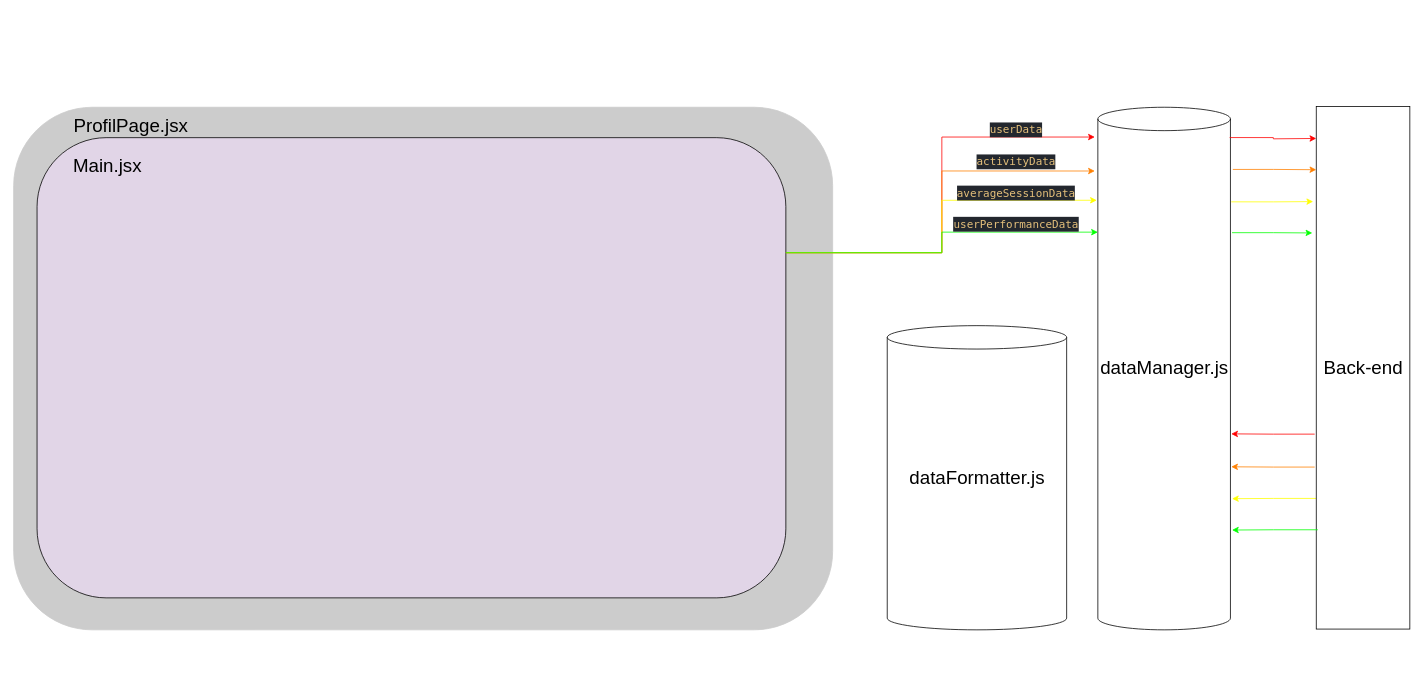
DevWeb13/GiulianoLoic_12_26022022 keeps this draw.io diagram as docs/Schéma de récupération des données auprès de l’API.drawio. Above is the earlier version. Source tidied: cells renumbered, new cells numbered last; positions are measured from the earlier drawing's top-left corner, leaving out a move shared by most shapes. Both pictures are drawn from the tidied source at 78%, with x=0, y=0 at pixel (13, 106).
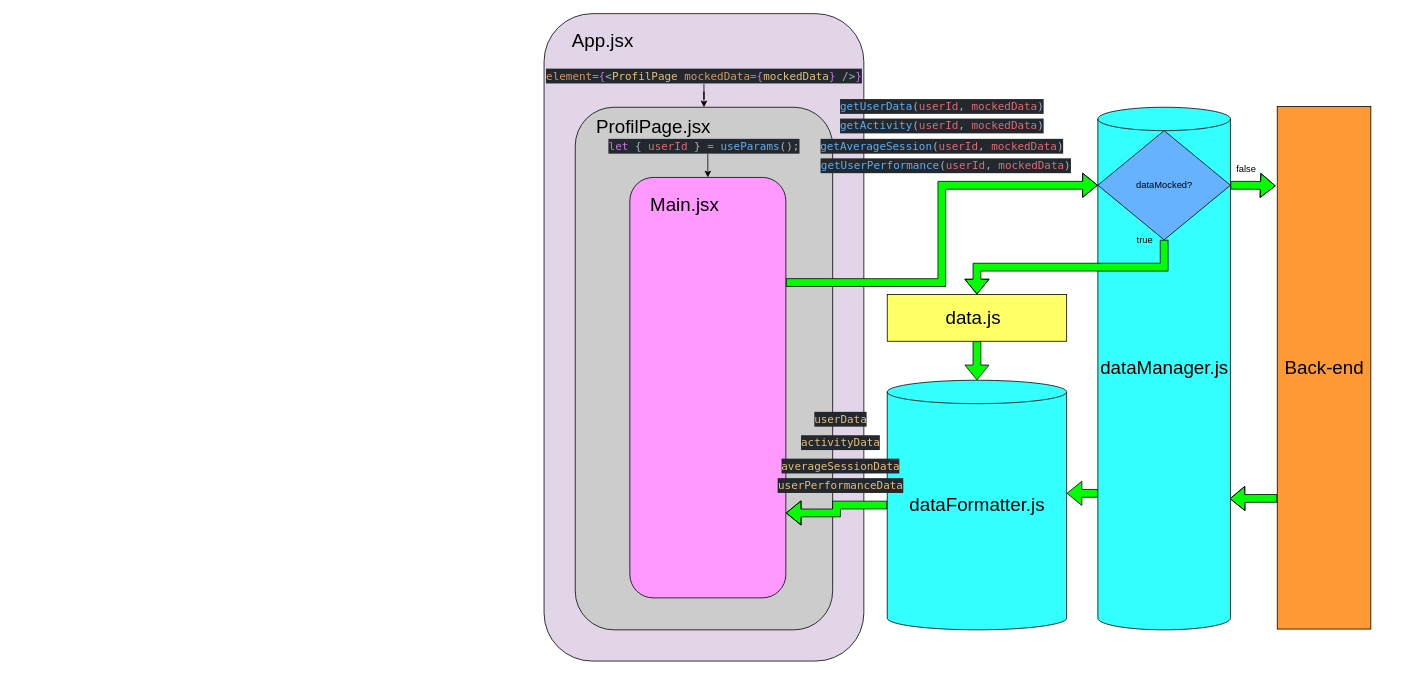
Above is the later version.

Diff of the diagram source:
```diff
@@
+    <mxCell id="28" style="rounded=1;whiteSpace=wrap;html=1;strokeColor=#000000;fillColor=#E1D5E7;" parent="1" vertex="1">
+      <mxGeometry x="680" y="-119" width="410" height="830" as="geometry" />
+    </mxCell>
-    <mxCell id="2" style="rounded=1;whiteSpace=wrap;html=1;fillColor=#CCCCCC;strokeColor=#CCCCCC;" parent="1" vertex="1">
-      <mxGeometry y="1" width="1050" height="670" as="geometry" />
+    <mxCell id="2" style="rounded=1;whiteSpace=wrap;html=1;fillColor=#CCCCCC;strokeColor=#000000;" parent="1" vertex="1">
+      <mxGeometry x="720" y="1" width="330" height="670" as="geometry" />
     </mxCell>
     <mxCell id="3" value="ProfilPage.jsx" style="text;html=1;align=center;verticalAlign=middle;strokeColor=none;fillColor=none;fontSize=24;fontFamily=Helvetica;fontColor=default;" parent="1" vertex="1">
-      <mxGeometry x="70" y="10" width="160" height="30" as="geometry" />
+      <mxGeometry x="740" y="11" width="160" height="30" as="geometry" />
     </mxCell>
-    <mxCell id="4" style="edgeStyle=orthogonalEdgeStyle;rounded=0;jettySize=auto;html=1;exitX=1;exitY=0.25;exitDx=0;exitDy=0;entryX=-0.023;entryY=0.057;entryDx=0;entryDy=0;entryPerimeter=0;strokeColor=#FF0000;" parent="1" edge="1" source="5" target="9">
-      <mxGeometry relative="1" as="geometry" />
-    </mxCell>
+    <mxCell id="29" style="edgeStyle=orthogonalEdgeStyle;shape=flexArrow;rounded=0;jettySize=auto;html=1;exitX=1;exitY=0.25;exitDx=0;exitDy=0;entryX=0;entryY=0.5;entryDx=0;entryDy=0;fillColor=#00FF00;" parent="1" edge="1" source="5" target="36">
+      <mxGeometry relative="1" as="geometry" />
+    </mxCell>
+    <mxCell id="30" style="edgeStyle=orthogonalEdgeStyle;rounded=0;jettySize=auto;html=1;exitX=0.519;exitY=1;exitDx=0;exitDy=0;entryX=0.5;entryY=0;entryDx=0;entryDy=0;fillColor=#00FF00;exitPerimeter=0;" parent="1" edge="1" source="47" target="5">
+      <mxGeometry relative="1" as="geometry" />
+    </mxCell>
-    <mxCell id="5" style="rounded=1;whiteSpace=wrap;html=1;fontFamily=Helvetica;fontSize=24;fontColor=default;strokeColor=default;fillColor=#E1D5E7;" parent="1" vertex="1">
-      <mxGeometry x="30" y="40" width="960" height="590" as="geometry" />
+    <mxCell id="5" style="rounded=1;whiteSpace=wrap;html=1;fontFamily=Helvetica;fontSize=24;fontColor=default;strokeColor=default;fillColor=#FF99FF;" parent="1" vertex="1">
+      <mxGeometry x="790" y="91" width="200" height="539" as="geometry" />
     </mxCell>
     <mxCell id="6" value="Main.jsx" style="text;html=1;align=center;verticalAlign=middle;strokeColor=none;fillColor=none;fontSize=24;fontFamily=Helvetica;fontColor=default;" parent="1" vertex="1">
-      <mxGeometry x="70" y="61" width="100" height="30" as="geometry" />
+      <mxGeometry x="810" y="111" width="100" height="30" as="geometry" />
     </mxCell>
+    <mxCell id="31" style="edgeStyle=orthogonalEdgeStyle;shape=flexArrow;rounded=0;jettySize=auto;html=1;exitX=0;exitY=0.5;exitDx=0;exitDy=0;exitPerimeter=0;entryX=1;entryY=0.798;entryDx=0;entryDy=0;entryPerimeter=0;fillColor=#00FF00;" parent="1" edge="1" source="7" target="5">
+      <mxGeometry relative="1" as="geometry" />
+    </mxCell>
-    <mxCell id="7" style="shape=cylinder3;whiteSpace=wrap;html=1;boundedLbl=1;backgroundOutline=1;size=15;" parent="1" vertex="1">
-      <mxGeometry x="1120" y="281" width="230" height="390" as="geometry" />
+    <mxCell id="7" style="shape=cylinder3;whiteSpace=wrap;html=1;boundedLbl=1;backgroundOutline=1;size=15;fillColor=#33FFFF;" parent="1" vertex="1">
+      <mxGeometry x="1120" y="351" width="230" height="320" as="geometry" />
     </mxCell>
-    <mxCell id="8" style="edgeStyle=orthogonalEdgeStyle;rounded=0;jettySize=auto;html=1;exitX=1.012;exitY=0.24;exitDx=0;exitDy=0;exitPerimeter=0;entryX=-0.042;entryY=0.242;entryDx=0;entryDy=0;entryPerimeter=0;strokeColor=#00FF00;" parent="1" edge="1" source="9" target="11">
-      <mxGeometry relative="1" as="geometry" />
-    </mxCell>
+    <mxCell id="32" style="edgeStyle=orthogonalEdgeStyle;shape=flexArrow;rounded=0;jettySize=auto;html=1;exitX=0;exitY=0;exitDx=0;exitDy=495;exitPerimeter=0;entryX=1;entryY=0.453;entryDx=0;entryDy=0;entryPerimeter=0;fillColor=#00FF00;" parent="1" edge="1" source="9" target="7">
+      <mxGeometry relative="1" as="geometry" />
+    </mxCell>
-    <mxCell id="9" style="shape=cylinder3;whiteSpace=wrap;html=1;boundedLbl=1;backgroundOutline=1;size=15;" parent="1" vertex="1">
+    <mxCell id="9" style="shape=cylinder3;whiteSpace=wrap;html=1;boundedLbl=1;backgroundOutline=1;size=15;fillColor=#33FFFF;" parent="1" vertex="1">
       <mxGeometry x="1390" y="1" width="170" height="670" as="geometry" />
     </mxCell>
-    <mxCell id="10" style="edgeStyle=orthogonalEdgeStyle;rounded=0;jettySize=auto;html=1;exitX=0;exitY=0.75;exitDx=0;exitDy=0;entryX=1.012;entryY=0.749;entryDx=0;entryDy=0;entryPerimeter=0;strokeColor=#FFFF00;" parent="1" edge="1" source="11" target="9">
-      <mxGeometry relative="1" as="geometry" />
-    </mxCell>
+    <mxCell id="33" style="edgeStyle=orthogonalEdgeStyle;shape=flexArrow;rounded=0;jettySize=auto;html=1;exitX=0;exitY=0.75;exitDx=0;exitDy=0;entryX=0.994;entryY=0.749;entryDx=0;entryDy=0;entryPerimeter=0;fillColor=#00FF00;" parent="1" edge="1" source="11" target="9">
+      <mxGeometry relative="1" as="geometry" />
+    </mxCell>
-    <mxCell id="11" style="rounded=0;whiteSpace=wrap;html=1;" parent="1" vertex="1">
-      <mxGeometry x="1670" width="120" height="670" as="geometry" />
+    <mxCell id="11" style="rounded=0;whiteSpace=wrap;html=1;fillColor=#FF9933;" parent="1" vertex="1">
+      <mxGeometry x="1620" width="120" height="670" as="geometry" />
     </mxCell>
     <mxCell id="12" value="Back-end" style="text;html=1;align=center;verticalAlign=middle;strokeColor=none;fillColor=none;fontSize=24;fontFamily=Helvetica;fontColor=default;" parent="1" vertex="1">
-      <mxGeometry x="1670" y="321" width="120" height="30" as="geometry" />
+      <mxGeometry x="1620" y="321" width="120" height="30" as="geometry" />
     </mxCell>
-    <mxCell id="13" style="edgeStyle=orthogonalEdgeStyle;rounded=0;jettySize=auto;html=1;exitX=1;exitY=0.25;exitDx=0;exitDy=0;entryX=-0.023;entryY=0.122;entryDx=0;entryDy=0;entryPerimeter=0;strokeColor=#FF8000;" parent="1" edge="1" source="5" target="9">
-      <mxGeometry relative="1" as="geometry" />
-    </mxCell>
-    <mxCell id="14" style="edgeStyle=orthogonalEdgeStyle;rounded=0;jettySize=auto;html=1;entryX=-0.008;entryY=0.178;entryDx=0;entryDy=0;entryPerimeter=0;exitX=1;exitY=0.25;exitDx=0;exitDy=0;strokeColor=#FFFF00;" parent="1" edge="1" source="5" target="9">
-      <mxGeometry relative="1" as="geometry" />
-    </mxCell>
-    <mxCell id="15" style="edgeStyle=orthogonalEdgeStyle;rounded=0;jettySize=auto;html=1;entryX=0;entryY=0.239;entryDx=0;entryDy=0;entryPerimeter=0;exitX=1;exitY=0.25;exitDx=0;exitDy=0;strokeColor=#00FF00;" parent="1" edge="1" source="5" target="9">
-      <mxGeometry relative="1" as="geometry" />
-    </mxCell>
     <mxCell id="16" value="&lt;div style=&quot;color: rgb(171 , 178 , 191) ; background-color: rgb(35 , 39 , 46) ; font-family: &amp;#34;droid sans mono&amp;#34; , &amp;#34;monospace&amp;#34; , monospace ; font-size: 14px ; line-height: 19px&quot;&gt;&lt;span style=&quot;color: #e5c07b&quot;&gt;userData&lt;/span&gt;&lt;/div&gt;" style="text;html=1;align=center;verticalAlign=middle;strokeColor=none;fillColor=none;" parent="1" vertex="1">
-      <mxGeometry x="1245" y="20" width="80" height="20" as="geometry" />
+      <mxGeometry x="1020" y="391" width="80" height="20" as="geometry" />
     </mxCell>
     <mxCell id="17" value="&lt;div style=&quot;color: rgb(171 , 178 , 191) ; background-color: rgb(35 , 39 , 46) ; font-family: &amp;#34;droid sans mono&amp;#34; , &amp;#34;monospace&amp;#34; , monospace ; font-size: 14px ; line-height: 19px&quot;&gt;&lt;span style=&quot;color: #e5c07b&quot;&gt;activityData&lt;/span&gt;&lt;/div&gt;" style="text;html=1;align=center;verticalAlign=middle;strokeColor=none;fillColor=none;" parent="1" vertex="1">
-      <mxGeometry x="1225" y="61" width="120" height="20" as="geometry" />
+      <mxGeometry x="1000" y="421" width="120" height="20" as="geometry" />
     </mxCell>
     <mxCell id="18" value="&lt;div style=&quot;color: rgb(171 , 178 , 191) ; background-color: rgb(35 , 39 , 46) ; font-family: &amp;#34;droid sans mono&amp;#34; , &amp;#34;monospace&amp;#34; , monospace ; font-size: 14px ; line-height: 19px&quot;&gt;&lt;span style=&quot;color: #e5c07b&quot;&gt;averageSessionData&lt;/span&gt;&lt;/div&gt;" style="text;html=1;align=center;verticalAlign=middle;strokeColor=none;fillColor=none;" parent="1" vertex="1">
-      <mxGeometry x="1200" y="101" width="170" height="20" as="geometry" />
+      <mxGeometry x="975" y="451" width="170" height="20" as="geometry" />
     </mxCell>
     <mxCell id="19" value="&lt;div style=&quot;color: rgb(171 , 178 , 191) ; background-color: rgb(35 , 39 , 46) ; font-family: &amp;#34;droid sans mono&amp;#34; , &amp;#34;monospace&amp;#34; , monospace ; font-size: 14px ; line-height: 19px&quot;&gt;&lt;span style=&quot;color: #e5c07b&quot;&gt;userPerformanceData&lt;/span&gt;&lt;/div&gt;" style="text;html=1;align=center;verticalAlign=middle;strokeColor=none;fillColor=none;" parent="1" vertex="1">
-      <mxGeometry x="1195" y="141" width="180" height="20" as="geometry" />
+      <mxGeometry x="970" y="476" width="180" height="20" as="geometry" />
     </mxCell>
@@
-    <mxCell id="21" style="edgeStyle=orthogonalEdgeStyle;rounded=0;jettySize=auto;html=1;exitX=1.006;exitY=0.181;exitDx=0;exitDy=0;exitPerimeter=0;entryX=-0.033;entryY=0.182;entryDx=0;entryDy=0;entryPerimeter=0;strokeColor=#FFFF00;" parent="1" edge="1" source="9" target="11">
-      <mxGeometry relative="1" as="geometry" />
-    </mxCell>
-    <mxCell id="22" style="edgeStyle=orthogonalEdgeStyle;rounded=0;jettySize=auto;html=1;exitX=1.018;exitY=0.119;exitDx=0;exitDy=0;exitPerimeter=0;entryX=0;entryY=0.121;entryDx=0;entryDy=0;entryPerimeter=0;strokeColor=#FF8000;" parent="1" edge="1" source="9" target="11">
-      <mxGeometry relative="1" as="geometry" />
-    </mxCell>
-    <mxCell id="23" style="edgeStyle=orthogonalEdgeStyle;rounded=0;jettySize=auto;html=1;exitX=0.994;exitY=0.058;exitDx=0;exitDy=0;exitPerimeter=0;strokeColor=#FF0000;" parent="1" edge="1" source="9">
-      <mxGeometry relative="1" as="geometry">
-        <mxPoint x="1670" y="41" as="targetPoint" />
-      </mxGeometry>
-    </mxCell>
     <mxCell id="24" value="dataFormatter.js" style="text;html=1;align=center;verticalAlign=middle;strokeColor=none;fillColor=none;fontSize=24;fontFamily=Helvetica;fontColor=default;" parent="1" vertex="1">
-      <mxGeometry x="1140" y="461" width="190" height="30" as="geometry" />
+      <mxGeometry x="1140" y="496" width="190" height="30" as="geometry" />
     </mxCell>
-    <mxCell id="25" style="edgeStyle=orthogonalEdgeStyle;rounded=0;jettySize=auto;html=1;exitX=-0.017;exitY=0.69;exitDx=0;exitDy=0;entryX=1.006;entryY=0.688;entryDx=0;entryDy=0;entryPerimeter=0;exitPerimeter=0;strokeColor=#FF8000;" parent="1" edge="1" source="11" target="9">
-      <mxGeometry relative="1" as="geometry" />
-    </mxCell>
-    <mxCell id="26" style="edgeStyle=orthogonalEdgeStyle;rounded=0;jettySize=auto;html=1;exitX=-0.017;exitY=0.627;exitDx=0;exitDy=0;entryX=1.006;entryY=0.625;entryDx=0;entryDy=0;entryPerimeter=0;exitPerimeter=0;fillColor=#FF3333;strokeColor=#FF0000;" parent="1" edge="1" source="11" target="9">
-      <mxGeometry relative="1" as="geometry" />
-    </mxCell>
-    <mxCell id="27" style="edgeStyle=orthogonalEdgeStyle;rounded=0;jettySize=auto;html=1;exitX=0.017;exitY=0.81;exitDx=0;exitDy=0;entryX=1.012;entryY=0.809;entryDx=0;entryDy=0;entryPerimeter=0;exitPerimeter=0;strokeColor=#00FF00;" parent="1" edge="1" source="11" target="9">
-      <mxGeometry relative="1" as="geometry" />
-    </mxCell>
+    <mxCell id="34" style="edgeStyle=orthogonalEdgeStyle;shape=flexArrow;rounded=0;jettySize=auto;html=1;exitX=0.5;exitY=1;exitDx=0;exitDy=0;fillColor=#00FF00;entryX=0.5;entryY=0;entryDx=0;entryDy=0;" parent="1" edge="1" source="36" target="45">
+      <mxGeometry relative="1" as="geometry" />
+    </mxCell>
+    <mxCell id="35" style="edgeStyle=orthogonalEdgeStyle;shape=flexArrow;rounded=0;jettySize=auto;html=1;exitX=1;exitY=0.5;exitDx=0;exitDy=0;entryX=-0.017;entryY=0.152;entryDx=0;entryDy=0;entryPerimeter=0;fillColor=#00FF00;" parent="1" edge="1" source="36" target="11">
+      <mxGeometry relative="1" as="geometry" />
+    </mxCell>
+    <mxCell id="36" style="rhombus;whiteSpace=wrap;html=1;fillColor=#66B2FF;" parent="1" vertex="1">
+      <mxGeometry x="1390" y="31" width="170" height="140" as="geometry" />
+    </mxCell>
+    <mxCell id="37" value="dataMocked?" style="text;html=1;align=center;verticalAlign=middle;strokeColor=none;fillColor=none;" parent="1" vertex="1">
+      <mxGeometry x="1430" y="91" width="90" height="20" as="geometry" />
+    </mxCell>
+    <mxCell id="38" value="false" style="text;html=1;align=center;verticalAlign=middle;strokeColor=none;fillColor=none;" parent="1" vertex="1">
+      <mxGeometry x="1560" y="71" width="40" height="20" as="geometry" />
+    </mxCell>
+    <mxCell id="39" value="true" style="text;html=1;align=center;verticalAlign=middle;strokeColor=none;fillColor=none;" parent="1" vertex="1">
+      <mxGeometry x="1430" y="161" width="40" height="20" as="geometry" />
+    </mxCell>
+    <mxCell id="40" value="&lt;div style=&quot;color: rgb(171 , 178 , 191) ; background-color: rgb(35 , 39 , 46) ; font-family: &amp;#34;droid sans mono&amp;#34; , &amp;#34;monospace&amp;#34; , monospace ; font-size: 14px ; line-height: 19px&quot;&gt;&lt;span style=&quot;color: #61afef&quot;&gt;getUserData&lt;/span&gt;(&lt;span style=&quot;color: #e06c75&quot;&gt;userId&lt;/span&gt;, &lt;span style=&quot;color: #e06c75&quot;&gt;mockedData&lt;/span&gt;)&lt;/div&gt;" style="text;html=1;align=center;verticalAlign=middle;strokeColor=none;fillColor=none;" parent="1" vertex="1">
+      <mxGeometry x="1050" y="-10" width="280" height="20" as="geometry" />
+    </mxCell>
+    <mxCell id="41" value="&lt;div style=&quot;color: rgb(171 , 178 , 191) ; background-color: rgb(35 , 39 , 46) ; font-family: &amp;#34;droid sans mono&amp;#34; , &amp;#34;monospace&amp;#34; , monospace ; font-size: 14px ; line-height: 19px&quot;&gt;&lt;span style=&quot;color: #61afef&quot;&gt;getActivity&lt;/span&gt;(&lt;span style=&quot;color: #e06c75&quot;&gt;userId&lt;/span&gt;, &lt;span style=&quot;color: #e06c75&quot;&gt;mockedData&lt;/span&gt;)&lt;/div&gt;" style="text;html=1;align=center;verticalAlign=middle;strokeColor=none;fillColor=none;" parent="1" vertex="1">
+      <mxGeometry x="1050" y="15" width="280" height="20" as="geometry" />
+    </mxCell>
+    <mxCell id="42" value="&lt;div style=&quot;color: rgb(171 , 178 , 191) ; background-color: rgb(35 , 39 , 46) ; font-family: &amp;#34;droid sans mono&amp;#34; , &amp;#34;monospace&amp;#34; , monospace ; font-size: 14px ; line-height: 19px&quot;&gt;&lt;span style=&quot;color: #61afef&quot;&gt;getAverageSession&lt;/span&gt;(&lt;span style=&quot;color: #e06c75&quot;&gt;userId&lt;/span&gt;, &lt;span style=&quot;color: #e06c75&quot;&gt;mockedData&lt;/span&gt;)&lt;/div&gt;" style="text;html=1;align=center;verticalAlign=middle;strokeColor=none;fillColor=none;" parent="1" vertex="1">
+      <mxGeometry x="1025" y="41" width="330" height="20" as="geometry" />
+    </mxCell>
+    <mxCell id="43" value="&lt;div style=&quot;color: rgb(171 , 178 , 191) ; background-color: rgb(35 , 39 , 46) ; font-family: &amp;#34;droid sans mono&amp;#34; , &amp;#34;monospace&amp;#34; , monospace ; font-size: 14px ; line-height: 19px&quot;&gt;&lt;span style=&quot;color: #61afef&quot;&gt;getUserPerformance&lt;/span&gt;(&lt;span style=&quot;color: #e06c75&quot;&gt;userId&lt;/span&gt;, &lt;span style=&quot;color: #e06c75&quot;&gt;mockedData&lt;/span&gt;)&lt;/div&gt;" style="text;html=1;align=center;verticalAlign=middle;strokeColor=none;fillColor=none;" parent="1" vertex="1">
+      <mxGeometry x="1025" y="66" width="340" height="20" as="geometry" />
+    </mxCell>
+    <mxCell id="44" style="edgeStyle=orthogonalEdgeStyle;shape=flexArrow;rounded=0;jettySize=auto;html=1;exitX=0.5;exitY=1;exitDx=0;exitDy=0;fillColor=#00FF00;" parent="1" edge="1" source="45" target="7">
+      <mxGeometry relative="1" as="geometry" />
+    </mxCell>
+    <mxCell id="45" style="rounded=0;whiteSpace=wrap;html=1;fillColor=#FFFF66;" parent="1" vertex="1">
+      <mxGeometry x="1120" y="241" width="230" height="60" as="geometry" />
+    </mxCell>
+    <mxCell id="46" value="data.js" style="text;html=1;align=center;verticalAlign=middle;strokeColor=none;fillColor=none;fontSize=24;fontFamily=Helvetica;fontColor=default;" parent="1" vertex="1">
+      <mxGeometry x="1185" y="256" width="90" height="30" as="geometry" />
+    </mxCell>
+    <mxCell id="47" value="&lt;div style=&quot;color: rgb(171 , 178 , 191) ; background-color: rgb(35 , 39 , 46) ; font-family: &amp;#34;droid sans mono&amp;#34; , &amp;#34;monospace&amp;#34; , monospace ; font-size: 14px ; line-height: 19px&quot;&gt;&lt;span style=&quot;color: #c678dd&quot;&gt;let&lt;/span&gt; { &lt;span style=&quot;color: #e06c75&quot;&gt;userId&lt;/span&gt; } &lt;span style=&quot;color: #56b6c2&quot;&gt;=&lt;/span&gt; &lt;span style=&quot;color: #61afef&quot;&gt;useParams&lt;/span&gt;();&lt;/div&gt;" style="text;html=1;align=center;verticalAlign=middle;points=[];strokeColor=none;fillColor=none;" parent="1" vertex="1">
+      <mxGeometry x="755" y="41" width="260" height="20" as="geometry" />
+    </mxCell>
+    <mxCell id="48" style="edgeStyle=orthogonalEdgeStyle;rounded=0;jettySize=auto;html=1;entryX=0.5;entryY=0;entryDx=0;entryDy=0;fillColor=#00FF00;" parent="1" edge="1" source="49" target="2">
+      <mxGeometry relative="1" as="geometry" />
+    </mxCell>
+    <mxCell id="49" value="&lt;div style=&quot;color: rgb(171 , 178 , 191) ; background-color: rgb(35 , 39 , 46) ; font-family: &amp;#34;droid sans mono&amp;#34; , &amp;#34;monospace&amp;#34; , monospace ; font-size: 14px ; line-height: 19px&quot;&gt;&lt;span style=&quot;color: #d19a66&quot;&gt;element&lt;/span&gt;&lt;span style=&quot;color: #56b6c2&quot;&gt;=&lt;/span&gt;&lt;span style=&quot;color: #c678dd&quot;&gt;{&lt;/span&gt;&amp;lt;&lt;span style=&quot;color: #e5c07b&quot;&gt;ProfilPage&lt;/span&gt; &lt;span style=&quot;color: #d19a66&quot;&gt;mockedData&lt;/span&gt;&lt;span style=&quot;color: #56b6c2&quot;&gt;=&lt;/span&gt;&lt;span style=&quot;color: #c678dd&quot;&gt;{&lt;/span&gt;&lt;span style=&quot;color: #e5c07b&quot;&gt;mockedData&lt;/span&gt;&lt;span style=&quot;color: #c678dd&quot;&gt;}&lt;/span&gt; /&amp;gt;&lt;span style=&quot;color: #c678dd&quot;&gt;}&lt;/span&gt;&lt;/div&gt;" style="text;html=1;align=center;verticalAlign=middle;points=[];strokeColor=none;fillColor=none;" parent="1" vertex="1">
+      <mxGeometry x="675" y="-49" width="420" height="20" as="geometry" />
+    </mxCell>
+    <mxCell id="50" value="App.jsx" style="text;html=1;align=center;verticalAlign=middle;strokeColor=none;fillColor=none;fontSize=24;fontFamily=Helvetica;fontColor=default;" parent="1" vertex="1">
+      <mxGeometry x="710" y="-99" width="90" height="30" as="geometry" />
+    </mxCell>
```
